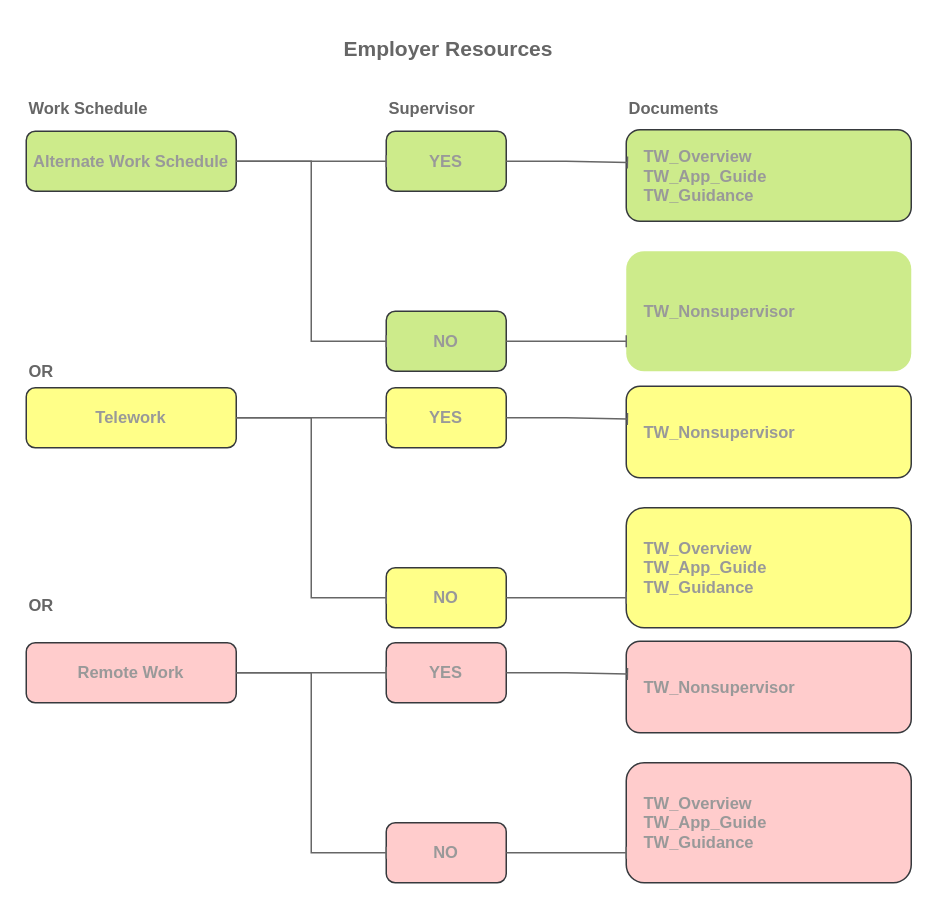
Above: page "Page-2" (2 of 3) of document-map-uscis.drawio in JewelVSmith/draw-io-collab (draw.io), before the change. Source tidied: cells renumbered, new cells numbered last; positions are measured from the earlier drawing's top-left corner, leaving out a move shared by most shapes. Both pictures are drawn from the tidied source at 150%, with x=0, y=0 at pixel (26, 26).
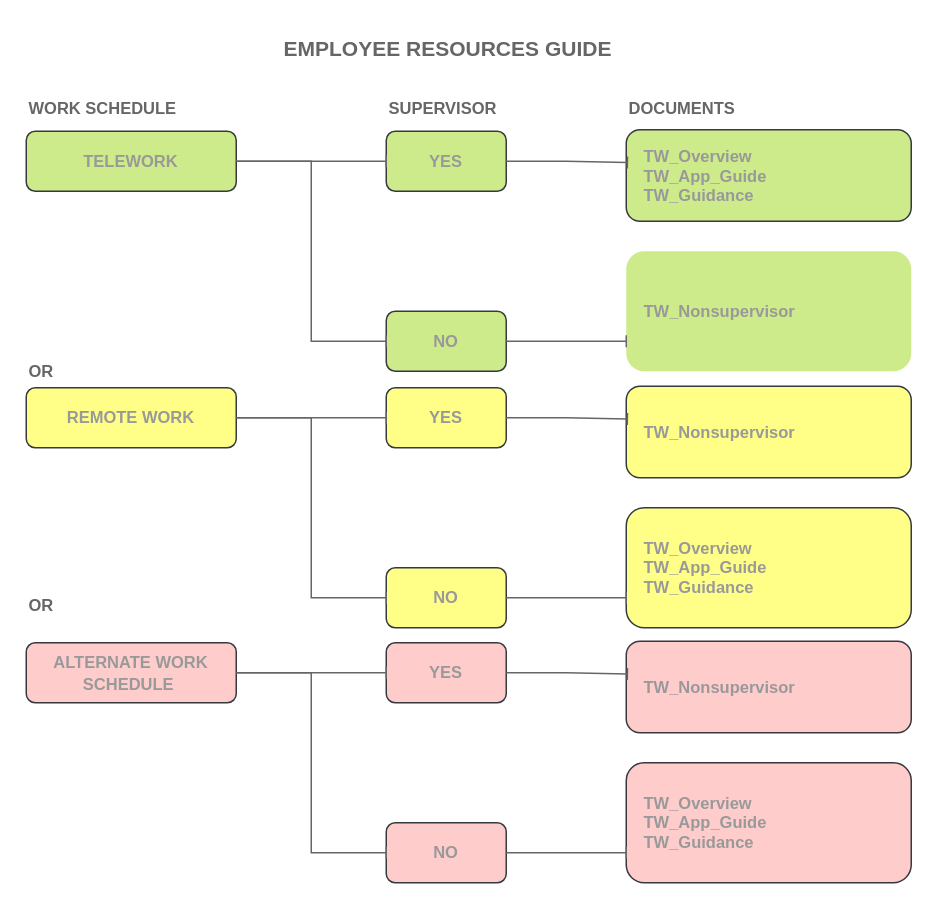
The same diagram, later.

Unchanged cells that the change refers to:
```xml
<mxCell id="2" style="group;" parent="1" vertex="1">
  <mxGeometry width="590" height="571" as="geometry" />
</mxCell>
<mxCell id="7" style="group;" parent="2" vertex="1">
  <mxGeometry y="69" width="590" height="176" as="geometry" />
</mxCell>
<mxCell id="20" style="group;" parent="2" vertex="1">
  <mxGeometry y="240" width="590" height="161" as="geometry" />
</mxCell>
<mxCell id="33" style="group;" parent="2" vertex="1">
  <mxGeometry y="410" width="590" height="161" as="geometry" />
</mxCell>
```

What changed in the source:
```diff
@@
-    <mxCell id="3" value="&lt;b&gt;&lt;font style=&quot;font-size: 11px;&quot; color=&quot;#666666&quot;&gt;Work Schedule&lt;/font&gt;&lt;/b&gt;" style="text;html=1;strokeColor=none;fillColor=none;align=left;verticalAlign=middle;whiteSpace=wrap;rounded=0;" parent="2" vertex="1">
+    <mxCell id="3" value="&lt;b&gt;&lt;font style=&quot;font-size: 11px;&quot; color=&quot;#666666&quot;&gt;WORK SCHEDULE&lt;/font&gt;&lt;/b&gt;" style="text;html=1;strokeColor=none;fillColor=none;align=left;verticalAlign=middle;whiteSpace=wrap;rounded=0;" parent="2" vertex="1">
       <mxGeometry y="40" width="120" height="30" as="geometry" />
     </mxCell>
-    <mxCell id="4" value="&lt;b&gt;&lt;font style=&quot;font-size: 11px;&quot; color=&quot;#666666&quot;&gt;Supervisor&lt;/font&gt;&lt;/b&gt;" style="text;html=1;strokeColor=none;fillColor=none;align=left;verticalAlign=middle;whiteSpace=wrap;rounded=0;" parent="2" vertex="1">
+    <mxCell id="4" value="&lt;b&gt;&lt;font style=&quot;font-size: 11px;&quot; color=&quot;#666666&quot;&gt;SUPERVISOR&lt;/font&gt;&lt;/b&gt;" style="text;html=1;strokeColor=none;fillColor=none;align=left;verticalAlign=middle;whiteSpace=wrap;rounded=0;" parent="2" vertex="1">
       <mxGeometry x="240" y="40" width="120" height="30" as="geometry" />
     </mxCell>
-    <mxCell id="5" value="&lt;font size=&quot;1&quot; color=&quot;#666666&quot;&gt;&lt;b style=&quot;font-size: 14px;&quot;&gt;Employer Resources&lt;/b&gt;&lt;/font&gt;" style="text;html=1;strokeColor=none;fillColor=none;align=left;verticalAlign=middle;whiteSpace=wrap;rounded=0;" parent="2" vertex="1">
-      <mxGeometry x="210" width="160" height="30" as="geometry" />
+    <mxCell id="5" value="&lt;font size=&quot;1&quot; color=&quot;#666666&quot;&gt;&lt;b style=&quot;font-size: 14px;&quot;&gt;EMPLOYEE RESOURCES GUIDE&lt;/b&gt;&lt;/font&gt;" style="text;html=1;strokeColor=none;fillColor=none;align=left;verticalAlign=middle;whiteSpace=wrap;rounded=0;" parent="2" vertex="1">
+      <mxGeometry x="170" width="300" height="30" as="geometry" />
     </mxCell>
-    <mxCell id="6" value="&lt;b&gt;&lt;font style=&quot;font-size: 11px;&quot; color=&quot;#666666&quot;&gt;Documents&lt;/font&gt;&lt;/b&gt;" style="text;html=1;strokeColor=none;fillColor=none;align=left;verticalAlign=middle;whiteSpace=wrap;rounded=0;" parent="2" vertex="1">
+    <mxCell id="6" value="&lt;b&gt;&lt;font style=&quot;font-size: 11px;&quot; color=&quot;#666666&quot;&gt;DOCUMENTS&lt;/font&gt;&lt;/b&gt;" style="text;html=1;strokeColor=none;fillColor=none;align=left;verticalAlign=middle;whiteSpace=wrap;rounded=0;" parent="2" vertex="1">
       <mxGeometry x="400" y="40" width="120" height="30" as="geometry" />
     </mxCell>
@@
-    <mxCell id="8" value="&lt;b style=&quot;&quot;&gt;&lt;font style=&quot;font-size: 11px;&quot; color=&quot;#999999&quot;&gt;Alternate Work Schedule&lt;/font&gt;&lt;/b&gt;" style="rounded=1;whiteSpace=wrap;html=1;fontSize=12;glass=0;strokeWidth=1;shadow=0;fillColor=#cdeb8b;strokeColor=#36393d;" parent="7" vertex="1">
+    <mxCell id="8" value="&lt;b style=&quot;&quot;&gt;&lt;font style=&quot;font-size: 11px;&quot; color=&quot;#999999&quot;&gt;TELEWORK&lt;/font&gt;&lt;/b&gt;" style="rounded=1;whiteSpace=wrap;html=1;fontSize=12;glass=0;strokeWidth=1;shadow=0;fillColor=#cdeb8b;strokeColor=#36393d;" parent="7" vertex="1">
       <mxGeometry y="1" width="140" height="40" as="geometry" />
     </mxCell>
@@
-    <mxCell id="21" value="&lt;b style=&quot;&quot;&gt;&lt;font style=&quot;font-size: 11px;&quot; color=&quot;#999999&quot;&gt;Telework&lt;/font&gt;&lt;/b&gt;" style="rounded=1;whiteSpace=wrap;html=1;fontSize=12;glass=0;strokeWidth=1;shadow=0;fillColor=#ffff88;strokeColor=#36393d;" parent="20" vertex="1">
+    <mxCell id="21" value="&lt;b style=&quot;&quot;&gt;&lt;font style=&quot;font-size: 11px;&quot; color=&quot;#999999&quot;&gt;REMOTE WORK&lt;/font&gt;&lt;/b&gt;" style="rounded=1;whiteSpace=wrap;html=1;fontSize=12;glass=0;strokeWidth=1;shadow=0;fillColor=#ffff88;strokeColor=#36393d;" parent="20" vertex="1">
       <mxGeometry y="1" width="140" height="40" as="geometry" />
     </mxCell>
@@
-    <mxCell id="34" value="&lt;b style=&quot;&quot;&gt;&lt;font style=&quot;font-size: 11px;&quot; color=&quot;#999999&quot;&gt;Remote Work&lt;/font&gt;&lt;/b&gt;" style="rounded=1;whiteSpace=wrap;html=1;fontSize=12;glass=0;strokeWidth=1;shadow=0;fillColor=#ffcccc;strokeColor=#36393d;" parent="33" vertex="1">
+    <mxCell id="34" value="&lt;b style=&quot;&quot;&gt;&lt;font style=&quot;font-size: 11px;&quot; color=&quot;#999999&quot;&gt;ALTERNATE WORK SCHEDULE&amp;nbsp;&lt;/font&gt;&lt;/b&gt;" style="rounded=1;whiteSpace=wrap;html=1;fontSize=12;glass=0;strokeWidth=1;shadow=0;fillColor=#ffcccc;strokeColor=#36393d;" parent="33" vertex="1">
       <mxGeometry y="1" width="140" height="40" as="geometry" />
     </mxCell>
```
